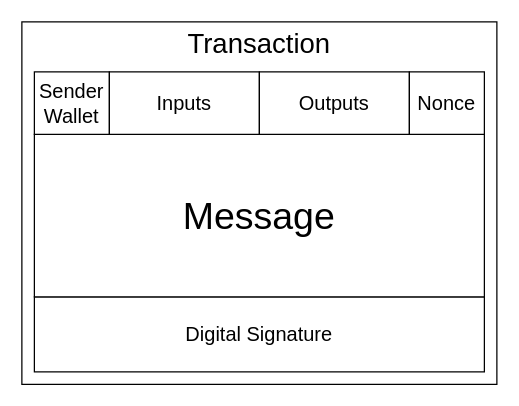
MlgEpicBanana69/dreamveil keeps this draw.io diagram as Diagrams/Transaction.drawio. Above is the earlier version. Source tidied: cells renumbered, new cells numbered last; positions are measured from the earlier drawing's top-left corner, leaving out a move shared by most shapes. Both pictures are drawn from the tidied source at 125%, with x=0, y=0 at pixel (21, 21).
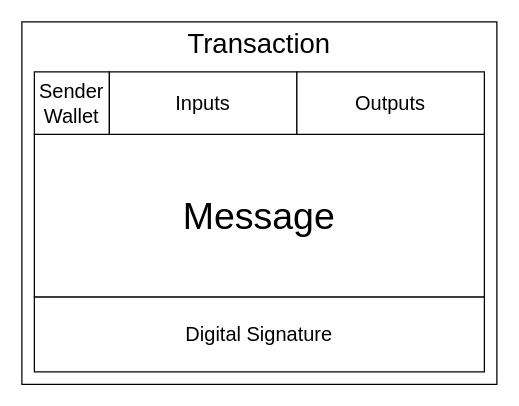
After the change.

Commit message (it also covers changes not shown here):
Removed nonce from Transaction (No longer needed after Dreamveil NEO)

What changed in the source:
```diff
@@
 <mxGraphModel>
   <root>
     <mxCell id="0" />
     <mxCell id="1" parent="0" />
     <mxCell id="2" style="rounded=0;whiteSpace=wrap;html=1;" parent="1" vertex="1">
       <mxGeometry width="380" height="290" as="geometry" />
     </mxCell>
     <mxCell id="3" value="&lt;span&gt;&lt;font style=&quot;font-size: 16px&quot;&gt;Digital Signature&lt;/font&gt;&lt;/span&gt;" style="rounded=0;whiteSpace=wrap;html=1;" parent="1" vertex="1">
       <mxGeometry x="10" y="220" width="360" height="60" as="geometry" />
     </mxCell>
     <mxCell id="4" value="&lt;span style=&quot;font-size: 30px&quot;&gt;Message&lt;/span&gt;" style="rounded=0;whiteSpace=wrap;html=1;" parent="1" vertex="1">
       <mxGeometry x="10" y="90" width="360" height="130" as="geometry" />
     </mxCell>
     <mxCell id="5" value="&lt;font style=&quot;font-size: 22px;&quot;&gt;Transaction&lt;/font&gt;" style="text;html=1;strokeColor=none;fillColor=none;align=center;verticalAlign=middle;whiteSpace=wrap;rounded=0;fontSize=22;" parent="1" vertex="1">
       <mxGeometry x="115" y="3" width="150" height="30" as="geometry" />
     </mxCell>
     <mxCell id="6" value="Sender&lt;br style=&quot;font-size: 16px;&quot;&gt;Wallet" style="rounded=0;whiteSpace=wrap;html=1;fontSize=16;" parent="1" vertex="1">
       <mxGeometry x="10" y="40" width="60" height="50" as="geometry" />
     </mxCell>
     <mxCell id="7" value="Inputs" style="rounded=0;whiteSpace=wrap;html=1;fontSize=16;" parent="1" vertex="1">
-      <mxGeometry x="70" y="40" width="120" height="50" as="geometry" />
+      <mxGeometry x="70" y="40" width="150" height="50" as="geometry" />
     </mxCell>
-    <mxCell id="8" style="edgeStyle=none;html=1;" parent="1" edge="1" source="9" target="10">
-      <mxGeometry relative="1" as="geometry" />
+    <mxCell id="8" style="edgeStyle=none;html=1;" parent="1" edge="1" source="9">
+      <mxGeometry relative="1" as="geometry">
+        <mxPoint x="310" y="65" as="targetPoint" />
+      </mxGeometry>
     </mxCell>
     <mxCell id="9" value="Outputs" style="rounded=0;whiteSpace=wrap;html=1;fontSize=16;" parent="1" vertex="1">
-      <mxGeometry x="190" y="40" width="120" height="50" as="geometry" />
+      <mxGeometry x="220" y="40" width="150" height="50" as="geometry" />
     </mxCell>
-    <mxCell id="10" value="Nonce" style="rounded=0;whiteSpace=wrap;html=1;fontSize=16;" parent="1" vertex="1">
-      <mxGeometry x="310" y="40" width="60" height="50" as="geometry" />
-    </mxCell>
   </root>
 </mxGraphModel>
```
